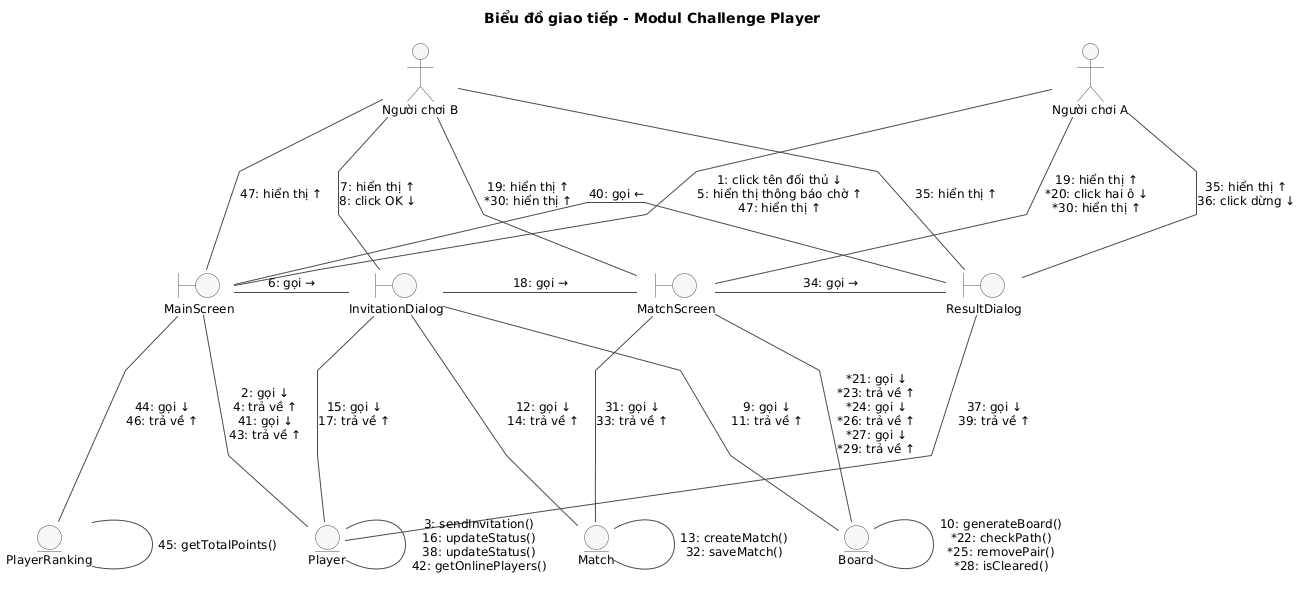
Earlier version of the PlantUML export docs/uml/pha2/comm-m3.png (VattenL/mobile-pikachu). The source it was exported from:
```plantuml
@startuml
title Biểu đồ giao tiếp - Modul Challenge Player

skinparam shadowing false
skinparam linetype polyline
skinparam nodesep 60
skinparam ranksep 110
skinparam defaultFontSize 12
skinparam ArrowColor #4A4A4A
skinparam actor {
  BackgroundColor #F7F7F7
  BorderColor #4A4A4A
}
skinparam boundary {
  BackgroundColor #F7F7F7
  BorderColor #4A4A4A
}
skinparam entity {
  BackgroundColor #F7F7F7
  BorderColor #4A4A4A
}

actor "Người chơi B" as B
actor "Người chơi A" as A

boundary MainScreen
boundary InvitationDialog
boundary MatchScreen
boundary ResultDialog

entity Player
entity PlayerRanking
entity Match
entity Board

A -down- MainScreen : "1: click tên đối thủ ↓\n5: hiển thị thông báo chờ ↑\n47: hiển thị ↑"
B -down- MainScreen : "47: hiển thị ↑"
B -down- InvitationDialog : "7: hiển thị ↑\n8: click OK ↓"
A -down- MatchScreen : "19: hiển thị ↑\n<U+002A>20: click hai ô ↓\n<U+002A>30: hiển thị ↑"
B -down- MatchScreen : "19: hiển thị ↑\n<U+002A>30: hiển thị ↑"
A -down- ResultDialog : "35: hiển thị ↑\n36: click dừng ↓"
B -down- ResultDialog : "35: hiển thị ↑"

MainScreen -right- InvitationDialog : "6: gọi →"
InvitationDialog -right- MatchScreen : "18: gọi →"
MatchScreen -right- ResultDialog : "34: gọi →"
ResultDialog -[norank]- MainScreen : "40: gọi ←"

MainScreen -down- Player : "2: gọi ↓\n4: trả về ↑\n41: gọi ↓\n43: trả về ↑"
MainScreen -down- PlayerRanking : "44: gọi ↓\n46: trả về ↑"
InvitationDialog -down- Board : "9: gọi ↓\n11: trả về ↑"
InvitationDialog -down- Match : "12: gọi ↓\n14: trả về ↑"
InvitationDialog -down- Player : "15: gọi ↓\n17: trả về ↑"
MatchScreen -down- Board : "<U+002A>21: gọi ↓\n<U+002A>23: trả về ↑\n<U+002A>24: gọi ↓\n<U+002A>26: trả về ↑\n<U+002A>27: gọi ↓\n<U+002A>29: trả về ↑"
MatchScreen -down- Match : "31: gọi ↓\n33: trả về ↑"
ResultDialog -down- Player : "37: gọi ↓\n39: trả về ↑"

Player -[norank]- Player : "3: sendInvitation()\n16: updateStatus()\n38: updateStatus()\n42: getOnlinePlayers()"
PlayerRanking -[norank]- PlayerRanking : "45: getTotalPoints()"
Match -[norank]- Match : "13: createMatch()\n32: saveMatch()"
Board -[norank]- Board : "10: generateBoard()\n<U+002A>22: checkPath()\n<U+002A>25: removePair()\n<U+002A>28: isCleared()"
@enduml
```
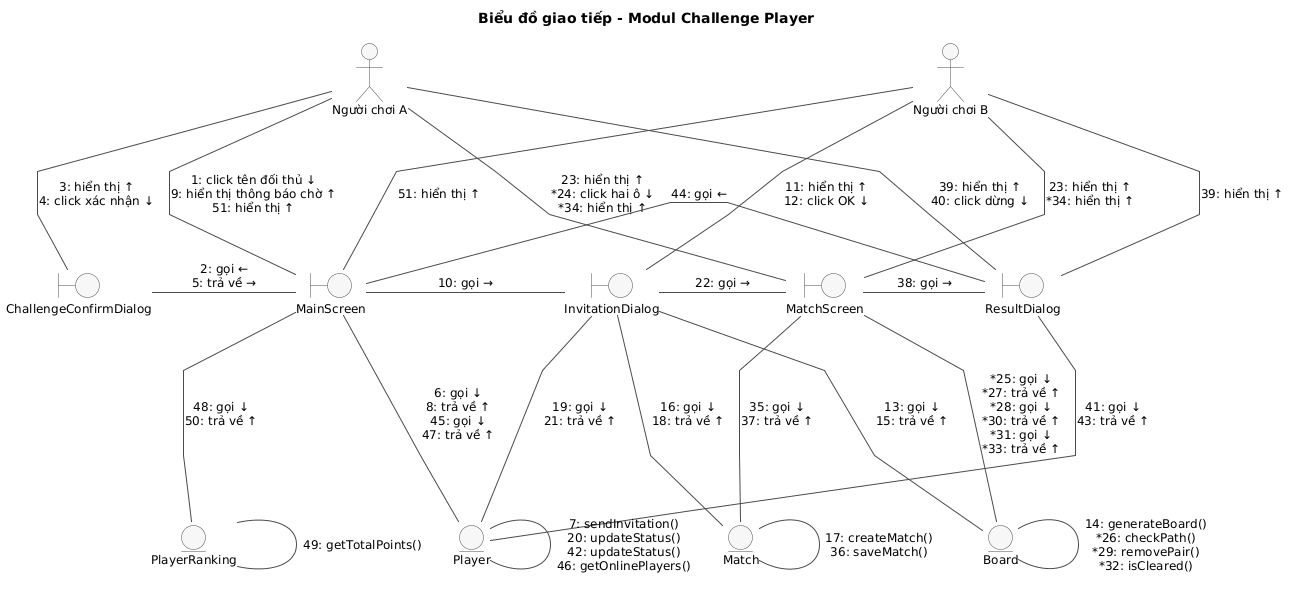
Later version of the same file.

The edit, as a diff of the source:
```diff
@@ -23,6 +23,7 @@
 actor "Người chơi B" as B
 actor "Người chơi A" as A
 
+boundary ChallengeConfirmDialog
 boundary MainScreen
 boundary InvitationDialog
 boundary MatchScreen
@@ -33,30 +34,32 @@
 entity Match
 entity Board
 
-A -down- MainScreen : "1: click tên đối thủ ↓\n5: hiển thị thông báo chờ ↑\n47: hiển thị ↑"
-B -down- MainScreen : "47: hiển thị ↑"
-B -down- InvitationDialog : "7: hiển thị ↑\n8: click OK ↓"
-A -down- MatchScreen : "19: hiển thị ↑\n<U+002A>20: click hai ô ↓\n<U+002A>30: hiển thị ↑"
-B -down- MatchScreen : "19: hiển thị ↑\n<U+002A>30: hiển thị ↑"
-A -down- ResultDialog : "35: hiển thị ↑\n36: click dừng ↓"
-B -down- ResultDialog : "35: hiển thị ↑"
+A -down- MainScreen : "1: click tên đối thủ ↓\n9: hiển thị thông báo chờ ↑\n51: hiển thị ↑"
+A -down- ChallengeConfirmDialog : "3: hiển thị ↑\n4: click xác nhận ↓"
+B -down- MainScreen : "51: hiển thị ↑"
+B -down- InvitationDialog : "11: hiển thị ↑\n12: click OK ↓"
+A -down- MatchScreen : "23: hiển thị ↑\n<U+002A>24: click hai ô ↓\n<U+002A>34: hiển thị ↑"
+B -down- MatchScreen : "23: hiển thị ↑\n<U+002A>34: hiển thị ↑"
+A -down- ResultDialog : "39: hiển thị ↑\n40: click dừng ↓"
+B -down- ResultDialog : "39: hiển thị ↑"
 
-MainScreen -right- InvitationDialog : "6: gọi →"
-InvitationDialog -right- MatchScreen : "18: gọi →"
-MatchScreen -right- ResultDialog : "34: gọi →"
-ResultDialog -[norank]- MainScreen : "40: gọi ←"
+ChallengeConfirmDialog -right- MainScreen : "2: gọi ←\n5: trả về →"
+MainScreen -right- InvitationDialog : "10: gọi →"
+InvitationDialog -right- MatchScreen : "22: gọi →"
+MatchScreen -right- ResultDialog : "38: gọi →"
+ResultDialog -[norank]- MainScreen : "44: gọi ←"
 
-MainScreen -down- Player : "2: gọi ↓\n4: trả về ↑\n41: gọi ↓\n43: trả về ↑"
-MainScreen -down- PlayerRanking : "44: gọi ↓\n46: trả về ↑"
-InvitationDialog -down- Board : "9: gọi ↓\n11: trả về ↑"
-InvitationDialog -down- Match : "12: gọi ↓\n14: trả về ↑"
-InvitationDialog -down- Player : "15: gọi ↓\n17: trả về ↑"
-MatchScreen -down- Board : "<U+002A>21: gọi ↓\n<U+002A>23: trả về ↑\n<U+002A>24: gọi ↓\n<U+002A>26: trả về ↑\n<U+002A>27: gọi ↓\n<U+002A>29: trả về ↑"
-MatchScreen -down- Match : "31: gọi ↓\n33: trả về ↑"
-ResultDialog -down- Player : "37: gọi ↓\n39: trả về ↑"
+MainScreen -down- Player : "6: gọi ↓\n8: trả về ↑\n45: gọi ↓\n47: trả về ↑"
+MainScreen -down- PlayerRanking : "48: gọi ↓\n50: trả về ↑"
+InvitationDialog -down- Board : "13: gọi ↓\n15: trả về ↑"
+InvitationDialog -down- Match : "16: gọi ↓\n18: trả về ↑"
+InvitationDialog -down- Player : "19: gọi ↓\n21: trả về ↑"
+MatchScreen -down- Board : "<U+002A>25: gọi ↓\n<U+002A>27: trả về ↑\n<U+002A>28: gọi ↓\n<U+002A>30: trả về ↑\n<U+002A>31: gọi ↓\n<U+002A>33: trả về ↑"
+MatchScreen -down- Match : "35: gọi ↓\n37: trả về ↑"
+ResultDialog -down- Player : "41: gọi ↓\n43: trả về ↑"
 
-Player -[norank]- Player : "3: sendInvitation()\n16: updateStatus()\n38: updateStatus()\n42: getOnlinePlayers()"
-PlayerRanking -[norank]- PlayerRanking : "45: getTotalPoints()"
-Match -[norank]- Match : "13: createMatch()\n32: saveMatch()"
-Board -[norank]- Board : "10: generateBoard()\n<U+002A>22: checkPath()\n<U+002A>25: removePair()\n<U+002A>28: isCleared()"
+Player -[norank]- Player : "7: sendInvitation()\n20: updateStatus()\n42: updateStatus()\n46: getOnlinePlayers()"
+PlayerRanking -[norank]- PlayerRanking : "49: getTotalPoints()"
+Match -[norank]- Match : "17: createMatch()\n36: saveMatch()"
+Board -[norank]- Board : "14: generateBoard()\n<U+002A>26: checkPath()\n<U+002A>29: removePair()\n<U+002A>32: isCleared()"
 @enduml
```
